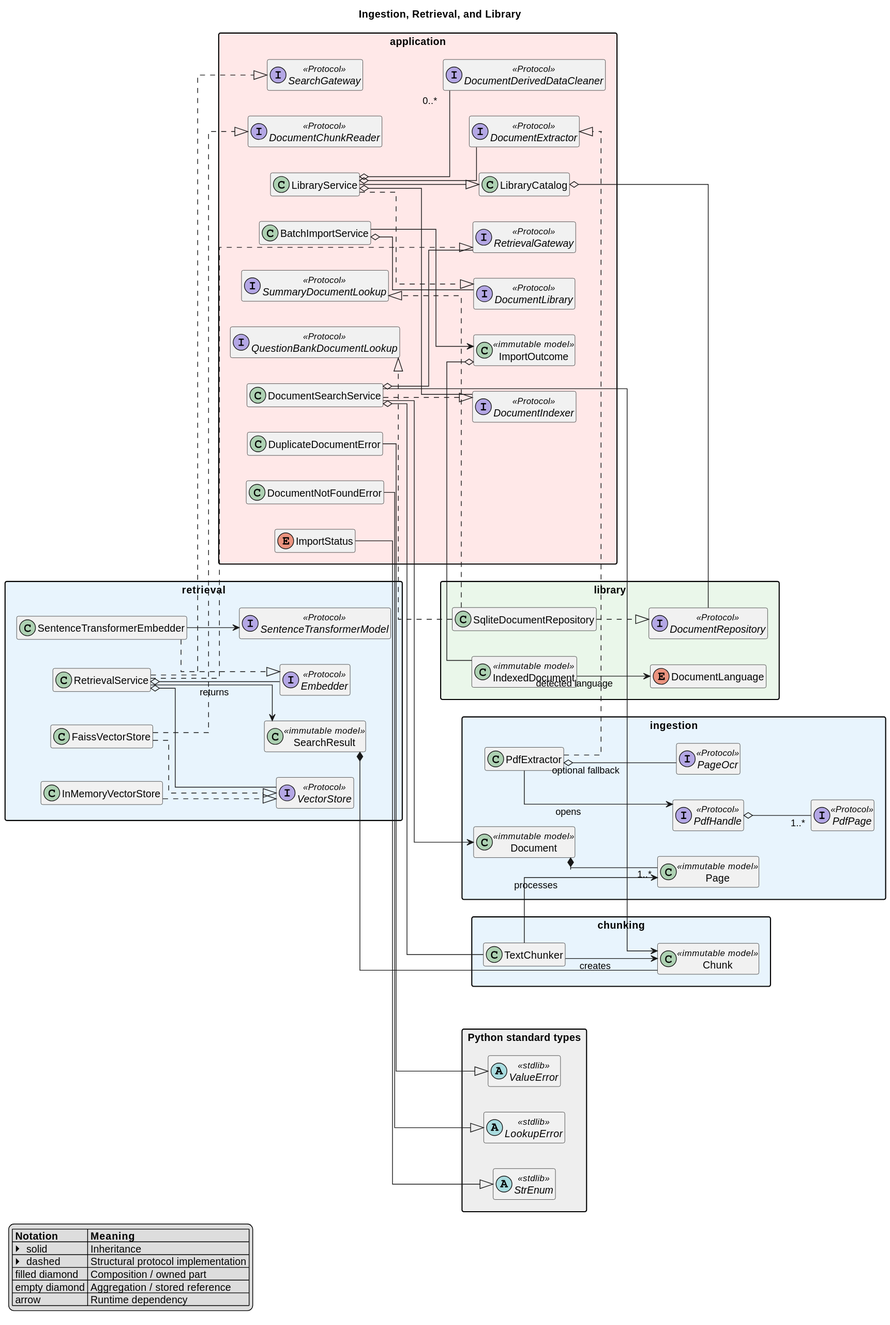
Before: docs/diagrams/ingestion-retrieval-library.svg, a diagram exported from PlantUML (ebe542/rag-learning-assistant).
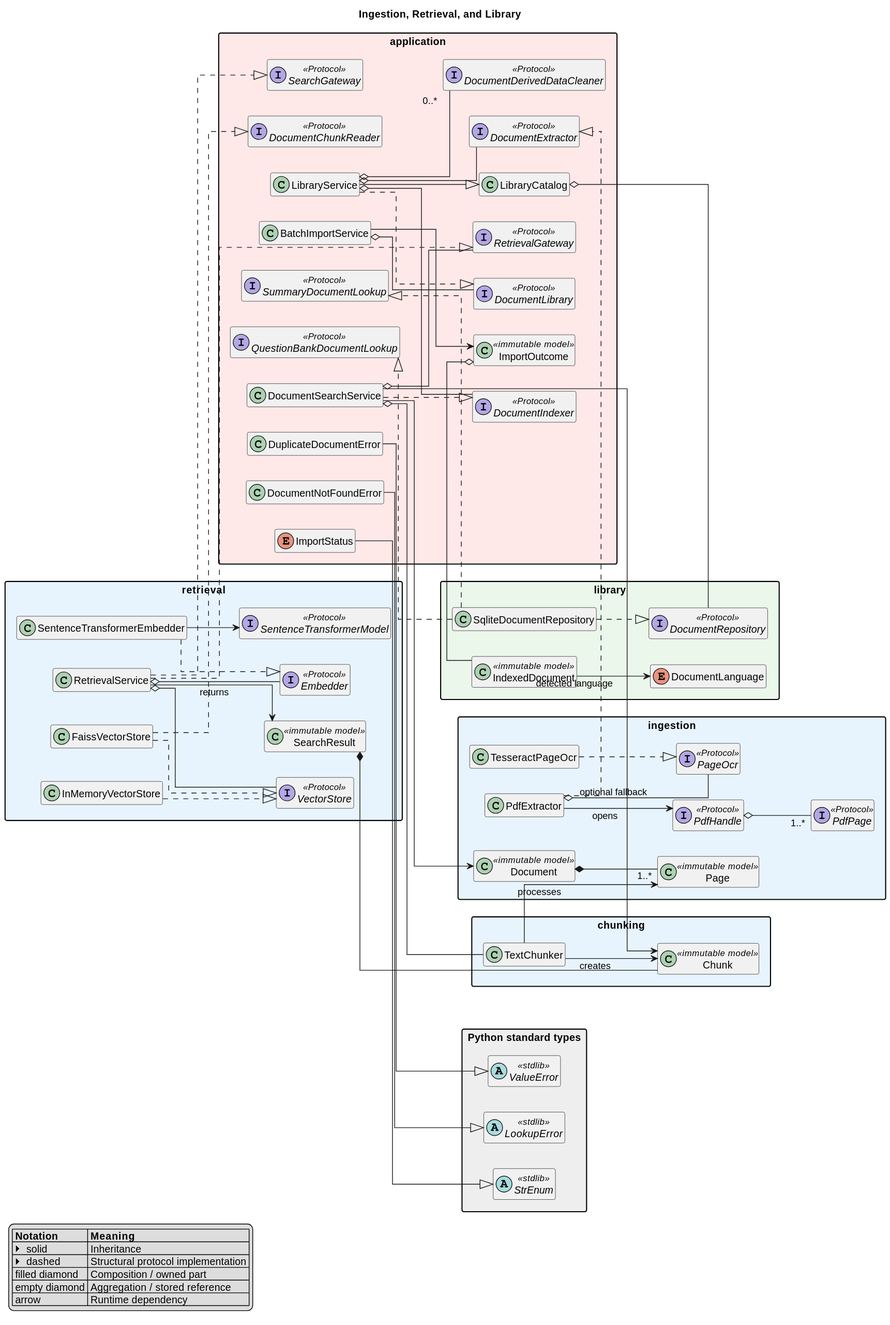
The same file after the commit.

Change to the diagram source:
```diff
@@ -15,6 +15,7 @@
   interface PdfPage <<Protocol>>
   interface PdfHandle <<Protocol>>
   interface PageOcr <<Protocol>>
+  class TesseractPageOcr
   class PdfExtractor
 }
 package "chunking" #E8F4FD {
@@ -63,6 +64,7 @@
 PdfHandle o-- "1..*" PdfPage
 PdfExtractor --> PdfHandle : opens
 PdfExtractor o-- PageOcr : optional fallback
+TesseractPageOcr ..|> PageOcr
 PdfExtractor ..|> DocumentExtractor
 TextChunker --> Page : processes
 TextChunker --> Chunk : creates
```
